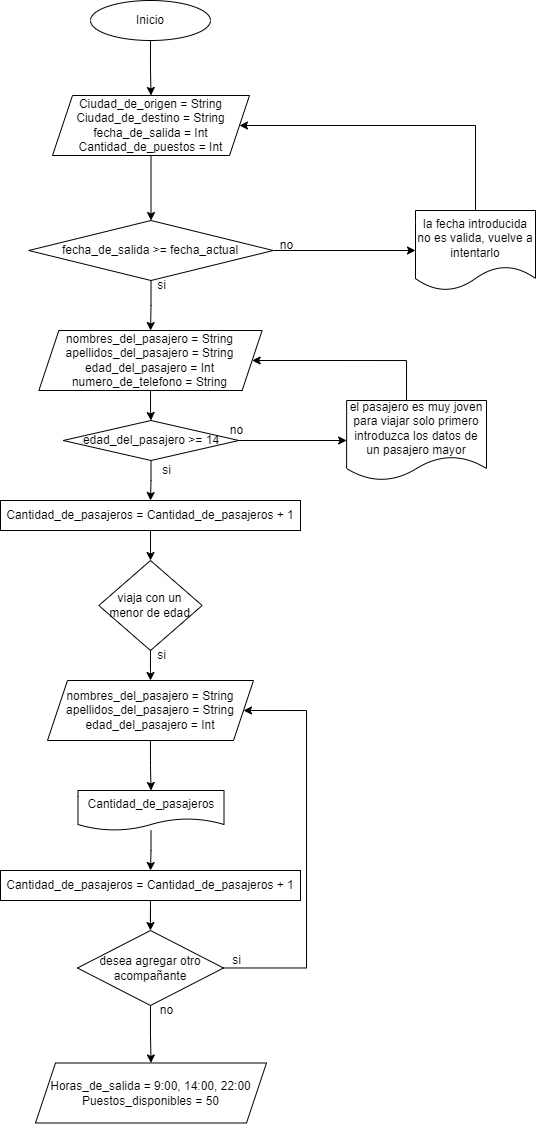
dasamepu/Flujo-de-funciones-para-encapsular-algoritmos keeps this draw.io diagram as Venta de tiquetes.png. Above is the earlier version. Source tidied: cells renumbered, new cells last; positions are measured from the earlier drawing's top-left corner, leaving out a move shared by most shapes.
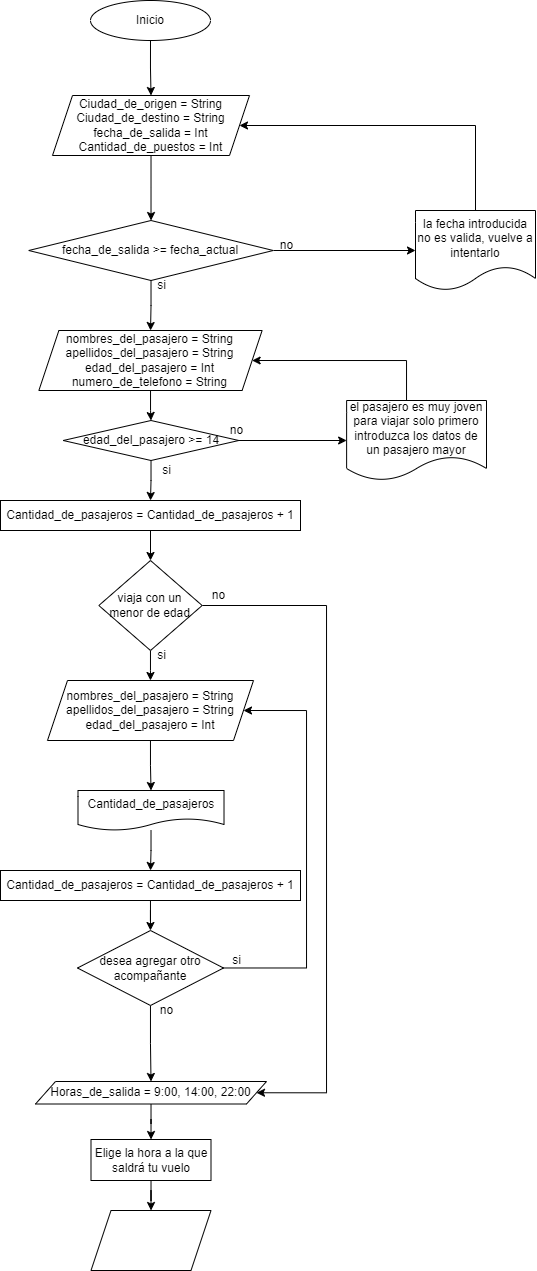
The same file after the commit.

What changed in the source:
```diff
@@ -70,6 +70,14 @@
     <mxCell id="21" style="edgeStyle=orthogonalEdgeStyle;rounded=0;jettySize=auto;html=1;" parent="1" edge="1" source="22" target="25">
       <mxGeometry relative="1" as="geometry" />
     </mxCell>
+    <mxCell id="39" style="edgeStyle=orthogonalEdgeStyle;rounded=0;jettySize=auto;html=1;entryX=1;entryY=0.5;entryDx=0;entryDy=0;" parent="1" edge="1" source="22" target="37">
+      <mxGeometry relative="1" as="geometry">
+        <Array as="points">
+          <mxPoint x="326" y="605" />
+          <mxPoint x="326" y="1093" />
+        </Array>
+      </mxGeometry>
+    </mxCell>
     <mxCell id="22" value="viaja con un menor de edad" style="rhombus;whiteSpace=wrap;html=1;" parent="1" vertex="1">
       <mxGeometry x="98.3" y="560" width="103.3" height="90" as="geometry" />
     </mxCell>
@@ -120,11 +128,26 @@
     <mxCell id="36" value="si" style="text;html=1;align=center;verticalAlign=middle;strokeColor=none;fillColor=none;" parent="1" vertex="1">
       <mxGeometry x="221" y="945" width="30" height="30" as="geometry" />
     </mxCell>
+    <mxCell id="40" style="edgeStyle=orthogonalEdgeStyle;rounded=0;jettySize=auto;html=1;" parent="1" edge="1" source="37" target="43">
+      <mxGeometry relative="1" as="geometry" />
+    </mxCell>
-    <mxCell id="37" value="Horas_de_salida = 9:00, 14:00, 22:00&lt;br&gt;Puestos_disponibles = 50" style="shape=parallelogram;perimeter=parallelogramPerimeter;whiteSpace=wrap;html=1;fixedSize=1;" parent="1" vertex="1">
-      <mxGeometry x="35" y="1062.5" width="231" height="60" as="geometry" />
+    <mxCell id="37" value="Horas_de_salida = 9:00, 14:00, 22:00&lt;br&gt;" style="shape=parallelogram;perimeter=parallelogramPerimeter;whiteSpace=wrap;html=1;fixedSize=1;" parent="1" vertex="1">
+      <mxGeometry x="35" y="1081" width="231" height="22.5" as="geometry" />
     </mxCell>
     <mxCell id="38" value="no" style="text;html=1;align=center;verticalAlign=middle;strokeColor=none;fillColor=none;" parent="1" vertex="1">
       <mxGeometry x="146" y="995" width="40" height="30" as="geometry" />
     </mxCell>
+    <mxCell id="41" value="no" style="text;html=1;align=center;verticalAlign=middle;strokeColor=none;fillColor=none;" parent="1" vertex="1">
+      <mxGeometry x="198.3" y="580" width="40" height="30" as="geometry" />
+    </mxCell>
+    <mxCell id="42" style="edgeStyle=orthogonalEdgeStyle;rounded=0;jettySize=auto;html=1;" parent="1" edge="1" source="43" target="44">
+      <mxGeometry relative="1" as="geometry" />
+    </mxCell>
+    <mxCell id="43" value="Elige la hora a la que saldrá tu vuelo" style="whiteSpace=wrap;html=1;" parent="1" vertex="1">
+      <mxGeometry x="90.5" y="1139" width="120" height="41" as="geometry" />
+    </mxCell>
+    <mxCell id="44" style="shape=parallelogram;perimeter=parallelogramPerimeter;whiteSpace=wrap;html=1;fixedSize=1;" parent="1" vertex="1">
+      <mxGeometry x="90.5" y="1210" width="120" height="60" as="geometry" />
+    </mxCell>
   </root>
 </mxGraphModel>
```
